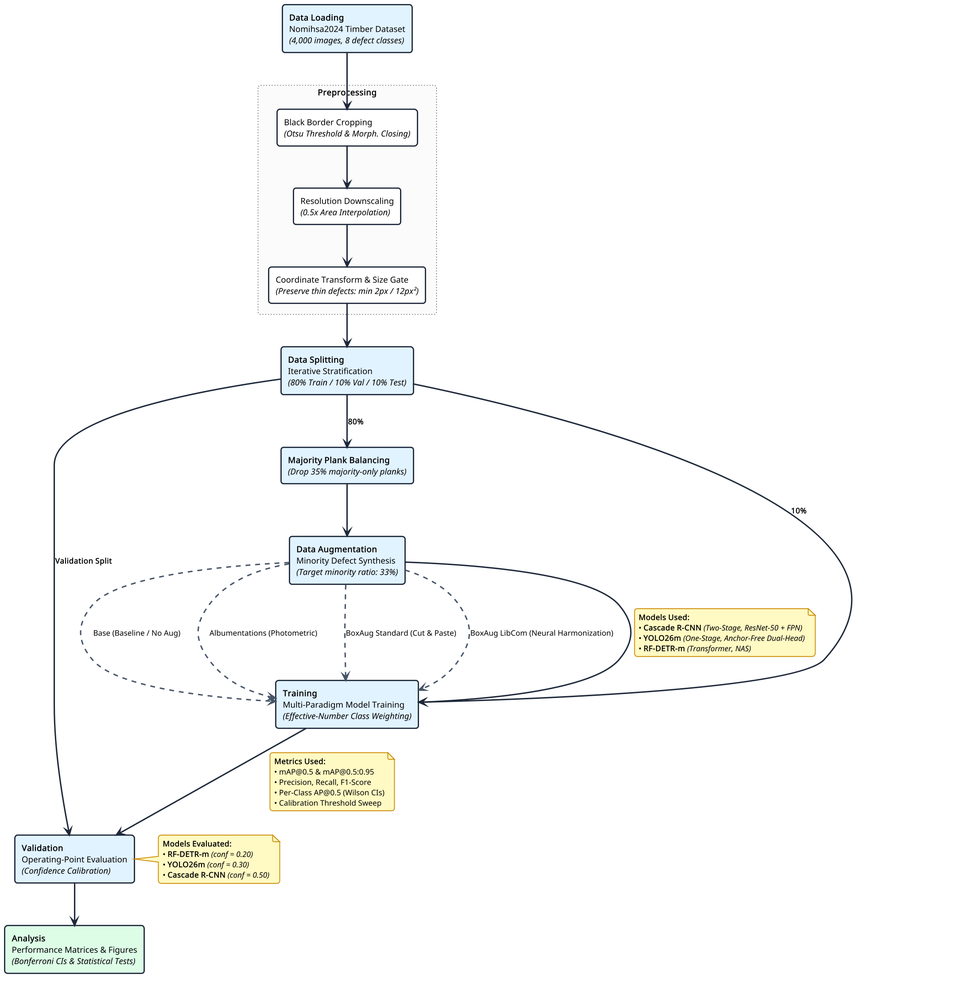
christianmz565/ia-2026-final keeps this PlantUML diagram as paper/typst/figures/methods/pipeline.png. Above is the earlier version. Its source is kept beside it as paper/typst/figures/methods/pipeline.puml. The source it was exported from:
```plantuml
@startuml
skinparam monochrome false
skinparam shadowing false
skinparam dpi 150
skinparam defaultFontName "Helvetica, Arial, sans-serif"
skinparam defaultFontSize 12
skinparam roundCorner 8
skinparam arrowThickness 2

skinparam rectangle {
    BackgroundColor #F8FAFC
    BorderColor #1E293B
    BorderThickness 1.8
}

skinparam note {
    BackgroundColor #FEF9C3
    BorderColor #CA8A04
    BorderThickness 1.2
    FontSize 11
}

skinparam arrow {
    Color #1E293B
    FontSize 11
}

rectangle "**Data Loading**\nNomihsa2024 Timber Dataset\n<i>(4,000 images, 8 defect classes)</i>" as DataLoading #E0F2FE

rectangle "<b>Preprocessing</b>" as PreprocessingFrame #line:1E293B;line.dotted;back:FAFAFA {
    rectangle "Black Border Cropping\n<i>(Otsu Threshold & Morph. Closing)</i>" as P1 #FFFFFF
    rectangle "Resolution Downscaling\n<i>(0.5x Area Interpolation)</i>" as P2 #FFFFFF
    rectangle "Coordinate Transform & Size Gate\n<i>(Preserve thin defects: min 2px / 12px²)</i>" as P3 #FFFFFF

    P1 -[#1E293B]-> P2
    P2 -[#1E293B]-> P3
}

rectangle "**Data Splitting**\nIterative Stratification\n<i>(80% Train / 10% Val / 10% Test)</i>" as DataSplitting #E0F2FE

rectangle "**Majority Plank Balancing**\n<i>(Drop 35% majority-only planks)</i>" as MajorityBalancing #E0F2FE

rectangle "**Data Augmentation**\nMinority Defect Synthesis\n<i>(Target minority ratio: 33%)</i>" as DataAugmentation #E0F2FE

rectangle "**Training**\nMulti-Paradigm Model Training\n<i>(Effective-Number Class Weighting)</i>" as Training #E0F2FE

rectangle "**Validation**\nOperating-Point Evaluation\n<i>(Confidence Calibration)</i>" as Validation #E0F2FE

rectangle "**Analysis**\nPerformance Matrices & Figures\n<i>(Bonferroni CIs & Statistical Tests)</i>" as Analysis #DCFCE7

DataLoading -[#1E293B]-> P1
P3 -[#1E293B]-> DataSplitting

DataSplitting -[#1E293B]-> MajorityBalancing : <b>80%</b>

MajorityBalancing -[#1E293B]-> DataAugmentation

DataSplitting -[#1E293B]-> Training : <b>10%</b>

DataSplitting -[#1E293B]-> Validation : <b>Validation Split</b>

DataAugmentation .[#475569].> Training : Base (Baseline / No Aug)
DataAugmentation .[#475569].> Training : Albumentations (Photometric)
DataAugmentation .[#475569].> Training : BoxAug Standard (Cut & Paste)
DataAugmentation .[#475569].> Training : BoxAug LibCom (Neural Harmonization)

DataAugmentation -[#1E293B]-> Training
note on link
  <b>Models Used:</b>
  • <b>Cascade R-CNN</b> <i>(Two-Stage, ResNet-50 + FPN)</i>
  • <b>YOLO26m</b> <i>(One-Stage, Anchor-Free Dual-Head)</i>
  • <b>RF-DETR-m</b> <i>(Transformer, NAS)</i>
end note

Training -[#1E293B]-> Validation
note on link
  <b>Metrics Used:</b>
  • mAP@0.5 & mAP@0.5:0.95
  • Precision, Recall, F1-Score
  • Per-Class AP@0.5 (Wilson CIs)
  • Calibration Threshold Sweep
end note

note right of Validation
  <b>Models Evaluated:</b>
  • <b>RF-DETR-m</b> <i>(conf = 0.20)</i>
  • <b>YOLO26m</b> <i>(conf = 0.30)</i>
  • <b>Cascade R-CNN</b> <i>(conf = 0.50)</i>
end note

Validation -[#1E293B]-> Analysis

@enduml
```
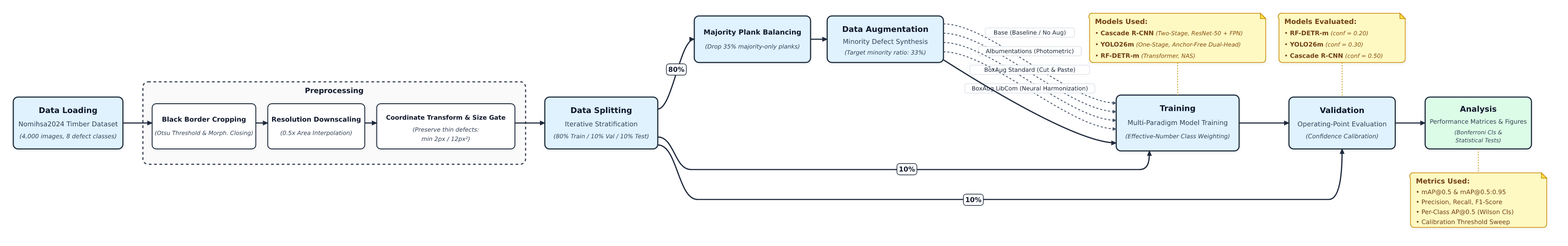
Later version of the same file.

What changed in the source:
```diff
@@ -73,13 +73,6 @@
 end note
 
 Training -[#1E293B]-> Validation
-note on link
-  <b>Metrics Used:</b>
-  • mAP@0.5 & mAP@0.5:0.95
-  • Precision, Recall, F1-Score
-  • Per-Class AP@0.5 (Wilson CIs)
-  • Calibration Threshold Sweep
-end note
 
 note right of Validation
   <b>Models Evaluated:</b>
@@ -89,5 +82,12 @@
 end note
 
 Validation -[#1E293B]-> Analysis
+note bottom of Analysis
+  <b>Metrics Used:</b>
+  • mAP@0.5 & mAP@0.5:0.95
+  • Precision, Recall, F1-Score
+  • Per-Class AP@0.5 (Wilson CIs)
+  • Calibration Threshold Sweep
+end note
 
 @enduml
```
